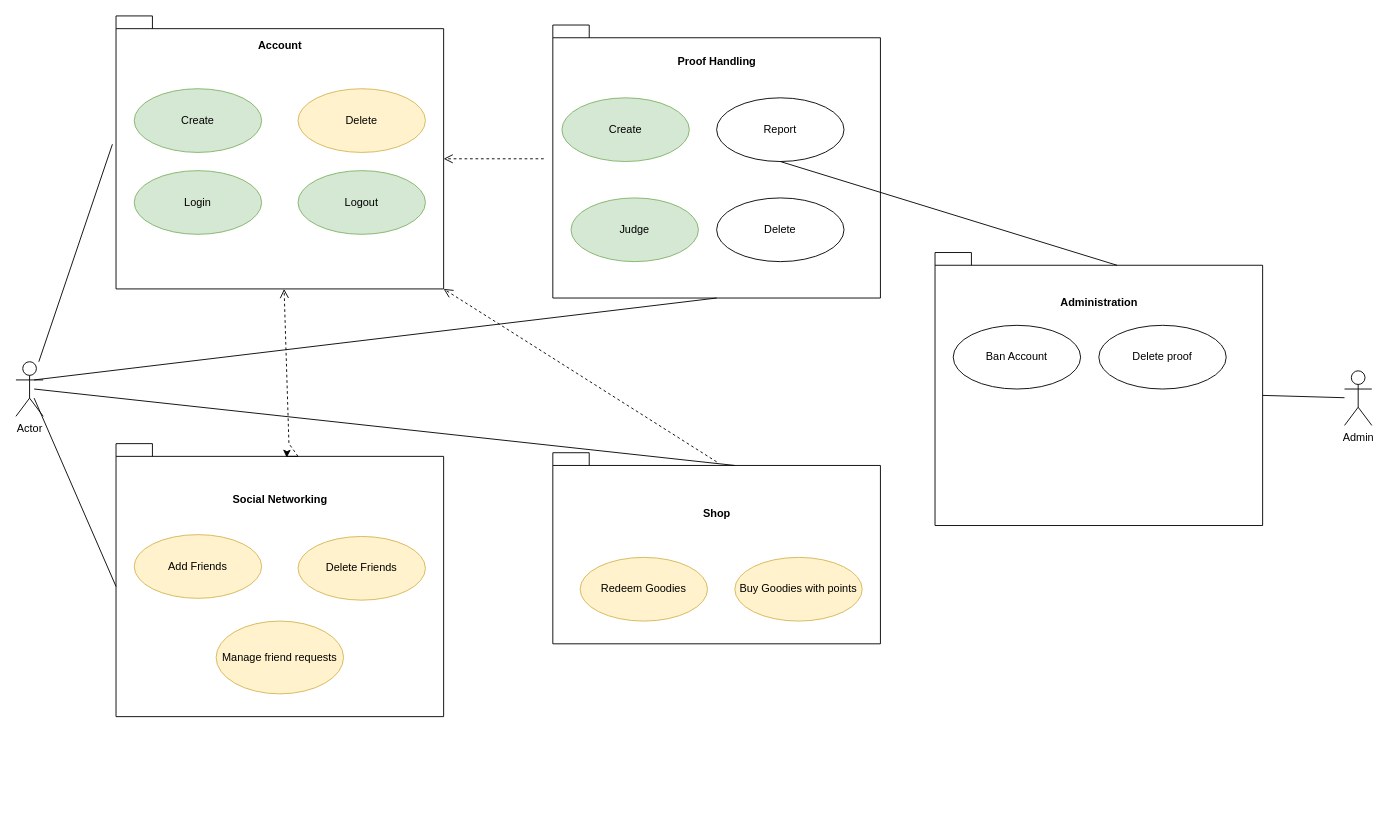
Before: DrawIO/UseCase.drawio in MichaelMGraf/DontLetYouDie, a draw.io diagram. Source tidied: cells renumbered, new cells numbered last; positions are measured from the earlier drawing's top-left corner, leaving out a move shared by most shapes. Both pictures are drawn from the tidied source at 91%, with x=0, y=0 at pixel (15, 15).
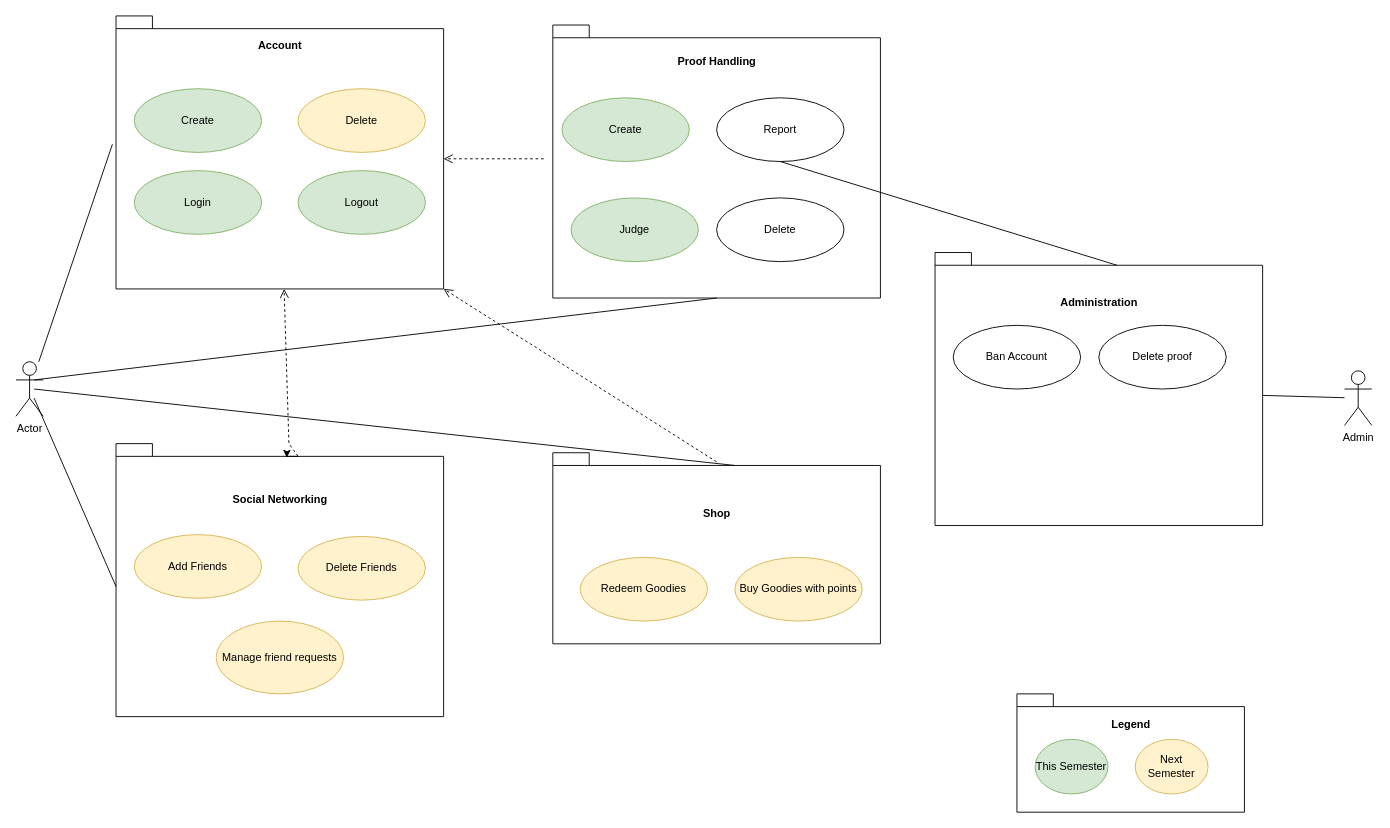
The same page after the edit.

Change to the diagram source:
```diff
@@
+    <mxCell id="34" value="Legend&lt;br&gt;&lt;br&gt;&lt;br&gt;&lt;br&gt;&lt;br&gt;&lt;br&gt;" style="shape=folder;fontStyle=1;spacingTop=10;tabWidth=40;tabHeight=14;tabPosition=left;html=1;" parent="1" vertex="1">
+      <mxGeometry x="1100" y="745" width="250" height="130" as="geometry" />
+    </mxCell>
+    <mxCell id="35" value="This Semester" style="ellipse;whiteSpace=wrap;html=1;fillColor=#d5e8d4;strokeColor=#82b366;" parent="1" vertex="1">
+      <mxGeometry x="1120" y="795" width="80" height="60" as="geometry" />
+    </mxCell>
+    <mxCell id="36" value="Next Semester" style="ellipse;whiteSpace=wrap;html=1;fillColor=#fff2cc;strokeColor=#d6b656;" parent="1" vertex="1">
+      <mxGeometry x="1230" y="795" width="80" height="60" as="geometry" />
+    </mxCell>
```
